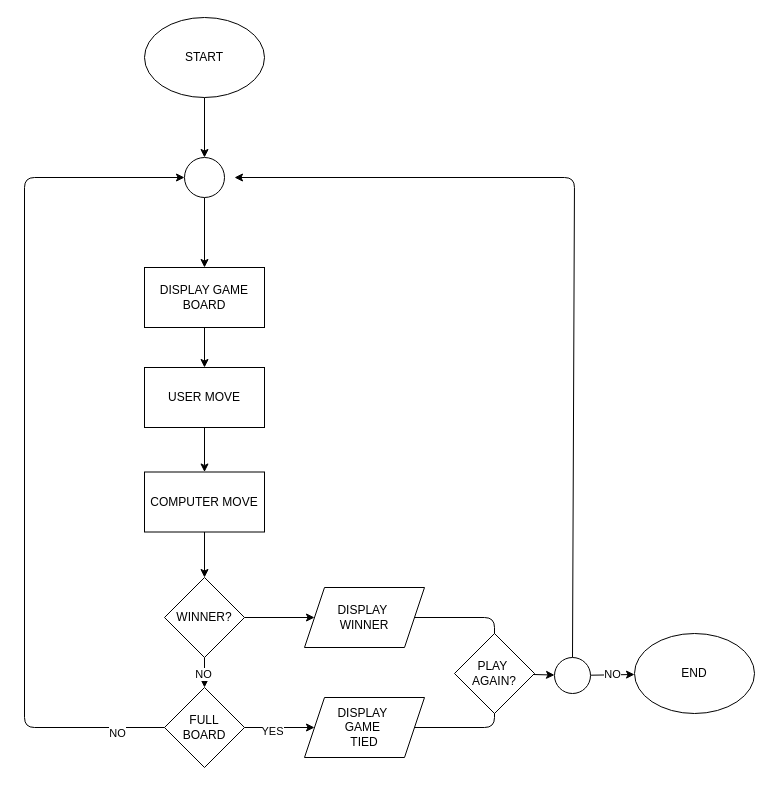
This is 03_slightly_larger_programs/03_tic_tac_toe_problem_decomposition/02.flowChart.drawio from IAMSSROBINSON/ls-js110, a draw.io file, before an edit. Source tidied: cells renumbered, new cells numbered last; positions are measured from the earlier drawing's top-left corner, leaving out a move shared by most shapes. Both pictures are drawn from the tidied source at 100%, with x=0, y=0 at pixel (24, 17).
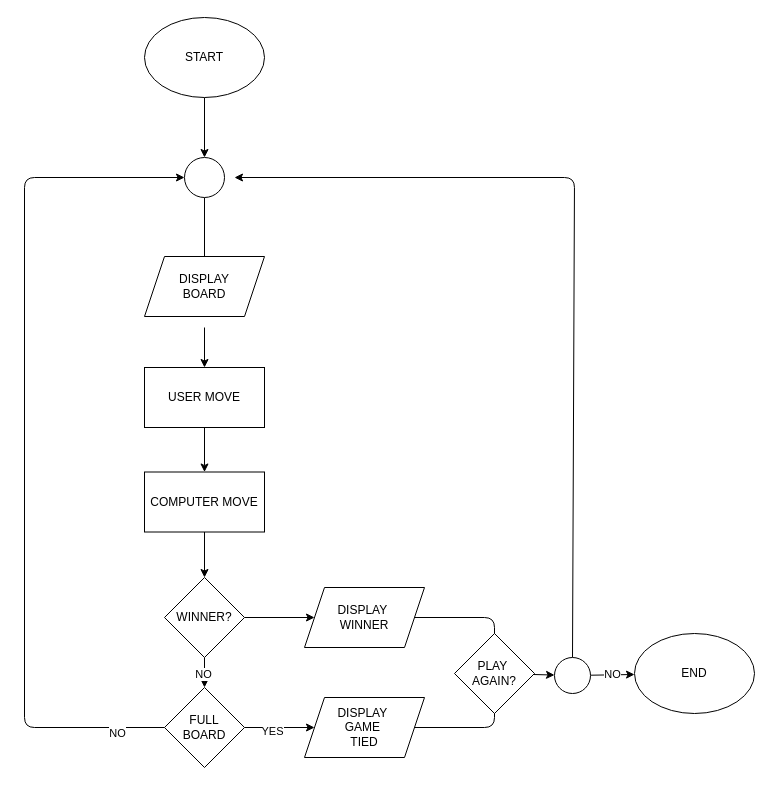
The same page after the edit.

Unchanged cells that the change refers to:
```xml
<mxCell id="5" style="ellipse;whiteSpace=wrap;html=1;" parent="1" vertex="1">
  <mxGeometry x="160" y="140" width="40" height="40" as="geometry" />
</mxCell>
<mxCell id="9" value="USER MOVE" style="rounded=0;whiteSpace=wrap;html=1;" parent="1" vertex="1">
  <mxGeometry x="120" y="350" width="120" height="60" as="geometry" />
</mxCell>
```

The edit, as a diff of the source:
```diff
@@
-    <mxCell id="4" style="edgeStyle=none;html=1;" parent="1" edge="1" source="5" target="7">
-      <mxGeometry relative="1" as="geometry" />
+    <mxCell id="4" style="edgeStyle=none;html=1;" parent="1" edge="1" source="5">
+      <mxGeometry relative="1" as="geometry">
+        <mxPoint x="180" y="250" as="targetPoint" />
+      </mxGeometry>
     </mxCell>
@@
-    <mxCell id="6" style="edgeStyle=none;html=1;" parent="1" edge="1" source="7" target="9">
-      <mxGeometry relative="1" as="geometry" />
+    <mxCell id="6" style="edgeStyle=none;html=1;" parent="1" edge="1" target="9">
+      <mxGeometry relative="1" as="geometry">
+        <mxPoint x="180" y="310" as="sourcePoint" />
+      </mxGeometry>
     </mxCell>
-    <mxCell id="7" value="DISPLAY GAME BOARD" style="rounded=0;whiteSpace=wrap;html=1;" parent="1" vertex="1">
-      <mxGeometry x="120" y="250" width="120" height="60" as="geometry" />
-    </mxCell>
@@
+    <mxCell id="31" value="DISPLAY &lt;br&gt;BOARD" style="shape=parallelogram;perimeter=parallelogramPerimeter;whiteSpace=wrap;html=1;fixedSize=1;" parent="1" vertex="1">
+      <mxGeometry x="120" y="239" width="120" height="60" as="geometry" />
+    </mxCell>
```
